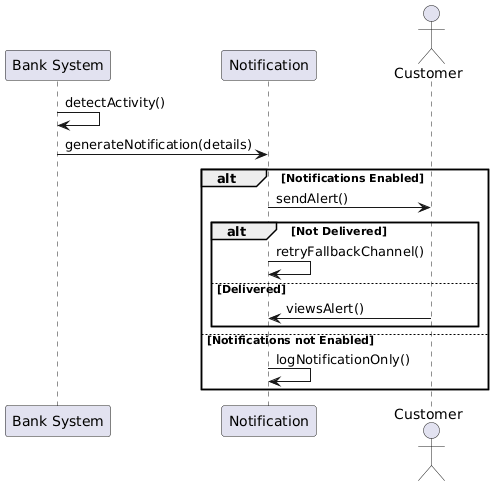
Above: Diagrams/Sequence Diagrams/SC_CS_07.png in erindkotobelli12/BankManagementSystem (PlantUML), before the change.
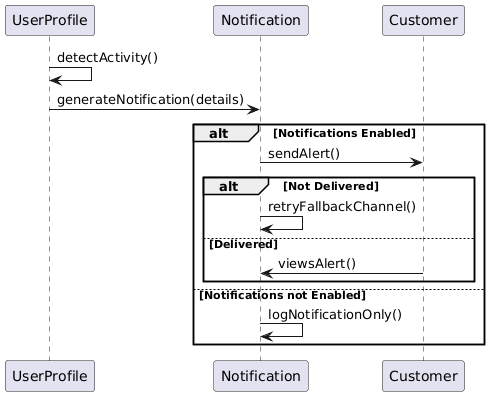
The same diagram one commit later.

The edit, as a diff of the source:
```diff
@@ -1,21 +1,19 @@
 @startuml
-participant "Bank System" as Sys
-participant "Notification" as Notif
-actor Customer
+participant UserProfile
+participant Notification
+participant Customer
 
-Sys -> Sys : detectActivity()
-Sys -> Notif : generateNotification(details)
+UserProfile -> UserProfile : detectActivity()
+UserProfile -> Notification : generateNotification(details)
 
 alt Notifications Enabled
-    Notif -> Customer : sendAlert()
-
+    Notification -> Customer : sendAlert()
     alt Not Delivered
-        Notif -> Notif : retryFallbackChannel()
+        Notification -> Notification : retryFallbackChannel()
     else Delivered
-        Customer -> Notif : viewsAlert()
+        Customer -> Notification : viewsAlert()
     end
-
 else Notifications not Enabled
-    Notif -> Notif : logNotificationOnly()
+    Notification -> Notification : logNotificationOnly()
 end
 @enduml
```
